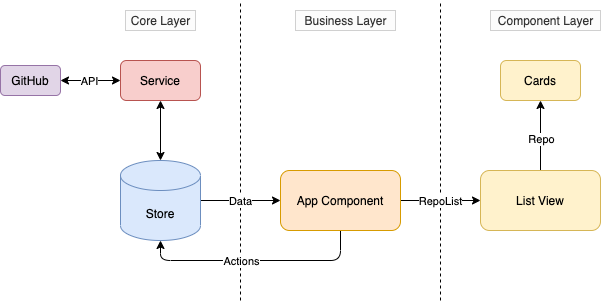
hrishikeshpaul/trending-repos keeps this draw.io diagram as src/assets/tr-workflow.png. Above is the earlier version. Source tidied: cells renumbered, new cells last; positions are measured from the earlier drawing's top-left corner, leaving out a move shared by most shapes.
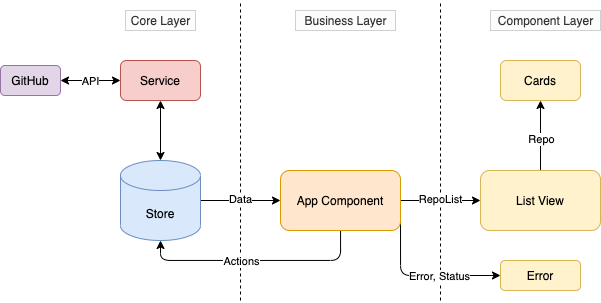
The same file after the commit.

Commit message:
chore: updated readme with detailed documentation of components, states adn services

What changed in the source:
```diff
@@ -19,6 +19,16 @@
     <mxCell id="5" style="edgeStyle=orthogonalEdgeStyle;rounded=1;jettySize=auto;html=1;entryX=0;entryY=0.5;entryDx=0;entryDy=0;startArrow=none;startFill=0;endArrow=classic;endFill=1;" parent="1" edge="1" source="6" target="11">
       <mxGeometry relative="1" as="geometry" />
     </mxCell>
+    <mxCell id="24" style="edgeStyle=orthogonalEdgeStyle;rounded=1;jettySize=auto;html=1;exitX=1;exitY=0.5;exitDx=0;exitDy=0;entryX=0;entryY=0.5;entryDx=0;entryDy=0;startArrow=none;startFill=0;endArrow=classic;endFill=1;" parent="1" edge="1" source="6" target="27">
+      <mxGeometry relative="1" as="geometry">
+        <Array as="points">
+          <mxPoint x="400" y="275" />
+        </Array>
+      </mxGeometry>
+    </mxCell>
+    <mxCell id="25" value="Text" style="edgeLabel;html=1;align=center;verticalAlign=middle;" parent="24" vertex="1">
+      <mxGeometry x="0.24" y="-1" relative="1" as="geometry" />
+    </mxCell>
     <mxCell id="6" value="App Component" style="rounded=1;whiteSpace=wrap;html=1;fillColor=#ffe6cc;strokeColor=#d79b00;" parent="1" vertex="1">
       <mxGeometry x="280" y="170" width="120" height="60" as="geometry" />
     </mxCell>
@@ -61,6 +71,9 @@
     <mxCell id="17" value="RepoList" style="edgeLabel;html=1;align=center;verticalAlign=middle;" parent="16" vertex="1">
       <mxGeometry x="-0.33" y="1" relative="1" as="geometry" />
     </mxCell>
+    <mxCell id="26" value="Error, Status" style="edgeLabel;html=1;align=center;verticalAlign=middle;" parent="16" vertex="1">
+      <mxGeometry x="-0.83" y="2" relative="1" as="geometry" />
+    </mxCell>
     <mxCell id="18" value="Core Layer" style="text;html=1;align=center;verticalAlign=middle;fillColor=#f5f5f5;strokeColor=#666666;fontColor=#333333;opacity=30;" parent="1" vertex="1">
       <mxGeometry x="125" y="10" width="70" height="20" as="geometry" />
     </mxCell>
@@ -79,5 +92,8 @@
     <mxCell id="23" value="GitHub" style="rounded=1;whiteSpace=wrap;html=1;fillColor=#e1d5e7;strokeColor=#9673a6;" parent="1" vertex="1">
       <mxGeometry y="65" width="60" height="30" as="geometry" />
     </mxCell>
+    <mxCell id="27" value="Error" style="rounded=1;whiteSpace=wrap;html=1;fillColor=#fff2cc;strokeColor=#d6b656;" parent="1" vertex="1">
+      <mxGeometry x="500" y="260" width="80" height="30" as="geometry" />
+    </mxCell>
   </root>
 </mxGraphModel>
```
